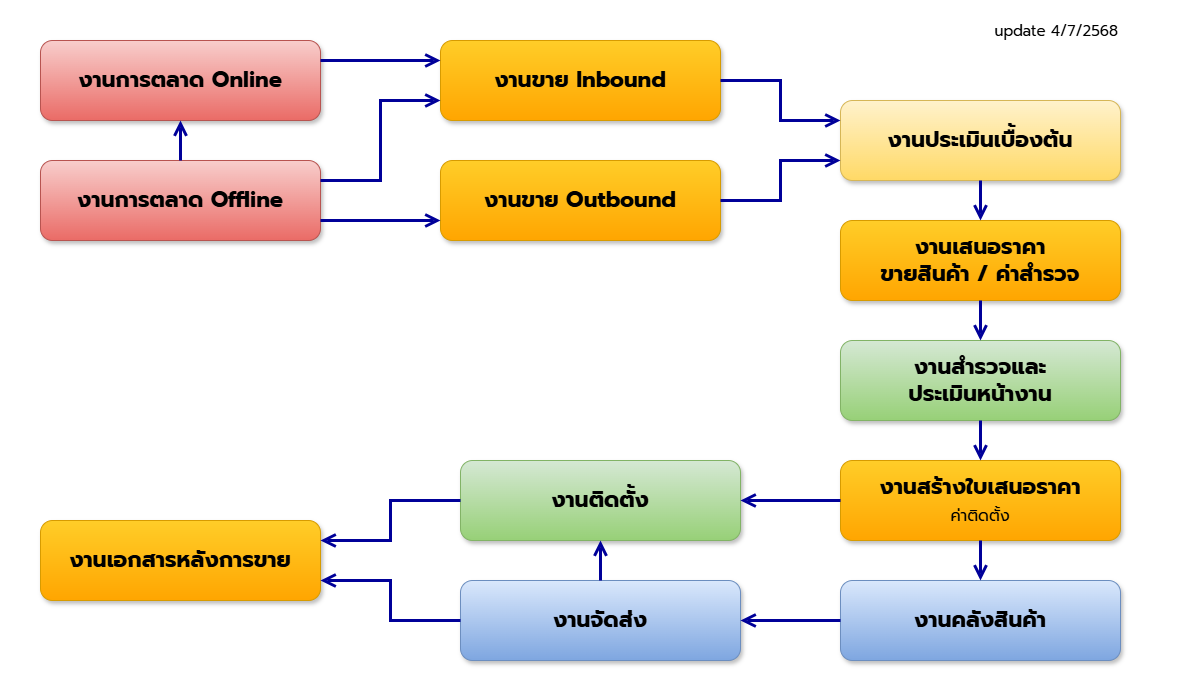
Above: m0-1.png in D-Excel/work-process (draw.io), before the change. Source tidied: cells renumbered, new cells last; positions are measured from the earlier drawing's top-left corner, leaving out a move shared by most shapes.
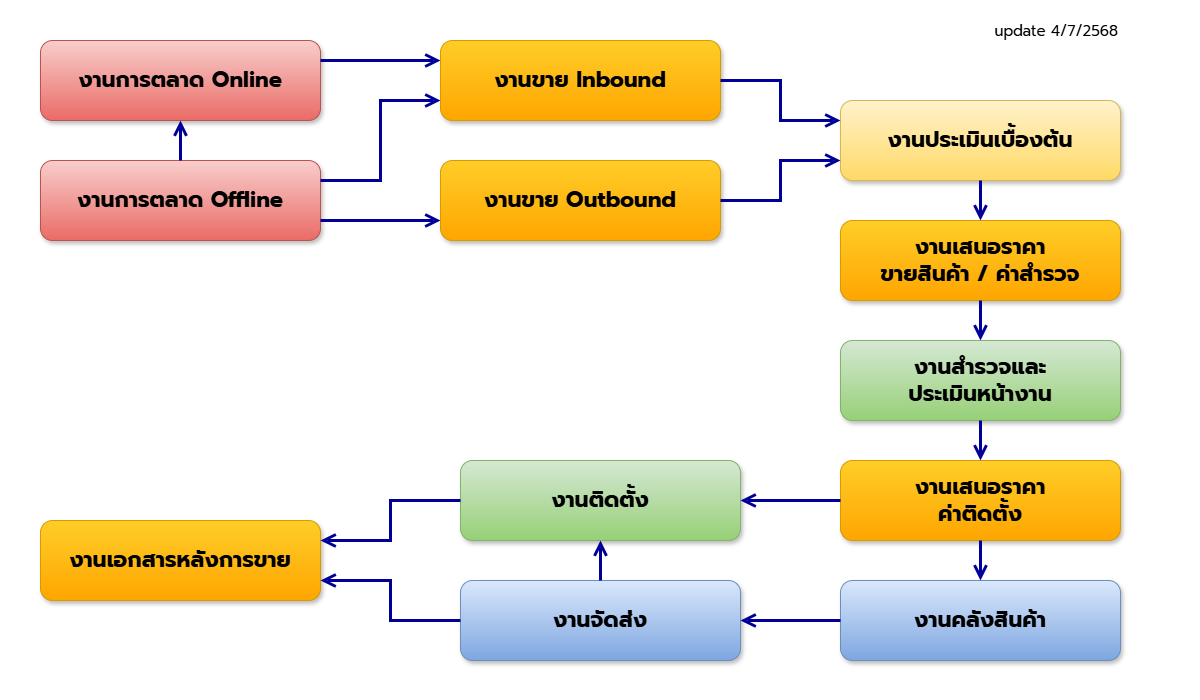
The same diagram one commit later.

What changed in the source:
```diff
@@ -44,7 +44,7 @@
     <mxCell id="15" value="&lt;b&gt;งานสำรวจและ&lt;/b&gt;&lt;div&gt;&lt;b&gt;ประเมินหน้างาน&lt;/b&gt;&lt;/div&gt;" style="rounded=1;whiteSpace=wrap;html=1;fontFamily=prompt;fontSource=https%3A%2F%2Ffonts.googleapis.com%2Fcss%3Ffamily%3Dprompt;fontStyle=0;fillColor=#d5e8d4;strokeColor=#82b366;shadow=1;gradientColor=#97d077;fontSize=22;" parent="1" vertex="1">
       <mxGeometry x="800" y="330" width="280" height="80" as="geometry" />
     </mxCell>
-    <mxCell id="16" value="&lt;b&gt;งานสร้างใบเสนอราคา&lt;/b&gt;&lt;br&gt;&lt;font style=&quot;font-size: 16px;&quot;&gt;ค่าติดตั้ง&lt;/font&gt;" style="rounded=1;whiteSpace=wrap;html=1;fontFamily=prompt;fontSource=https%3A%2F%2Ffonts.googleapis.com%2Fcss%3Ffamily%3Dprompt;fontStyle=0;fillColor=#ffcd28;strokeColor=#d79b00;shadow=1;gradientColor=#ffa500;fontSize=22;" parent="1" vertex="1">
+    <mxCell id="16" value="&lt;b&gt;งานเสนอราคา&lt;/b&gt;&lt;br&gt;&lt;div&gt;&lt;b&gt;ค่าติดตั้ง&lt;/b&gt;&lt;/div&gt;" style="rounded=1;whiteSpace=wrap;html=1;fontFamily=prompt;fontSource=https%3A%2F%2Ffonts.googleapis.com%2Fcss%3Ffamily%3Dprompt;fontStyle=0;fillColor=#ffcd28;strokeColor=#d79b00;shadow=1;gradientColor=#ffa500;fontSize=22;" parent="1" vertex="1">
       <mxGeometry x="800" y="450" width="280" height="80" as="geometry" />
     </mxCell>
     <mxCell id="17" style="endArrow=open;html=1;rounded=0;exitX=0.5;exitY=1;exitDx=0;exitDy=0;entryX=0.5;entryY=0;entryDx=0;entryDy=0;endSize=9;startSize=9;strokeColor=#000099;endFill=0;strokeWidth=3;" parent="1" edge="1" source="11" target="14">
```
